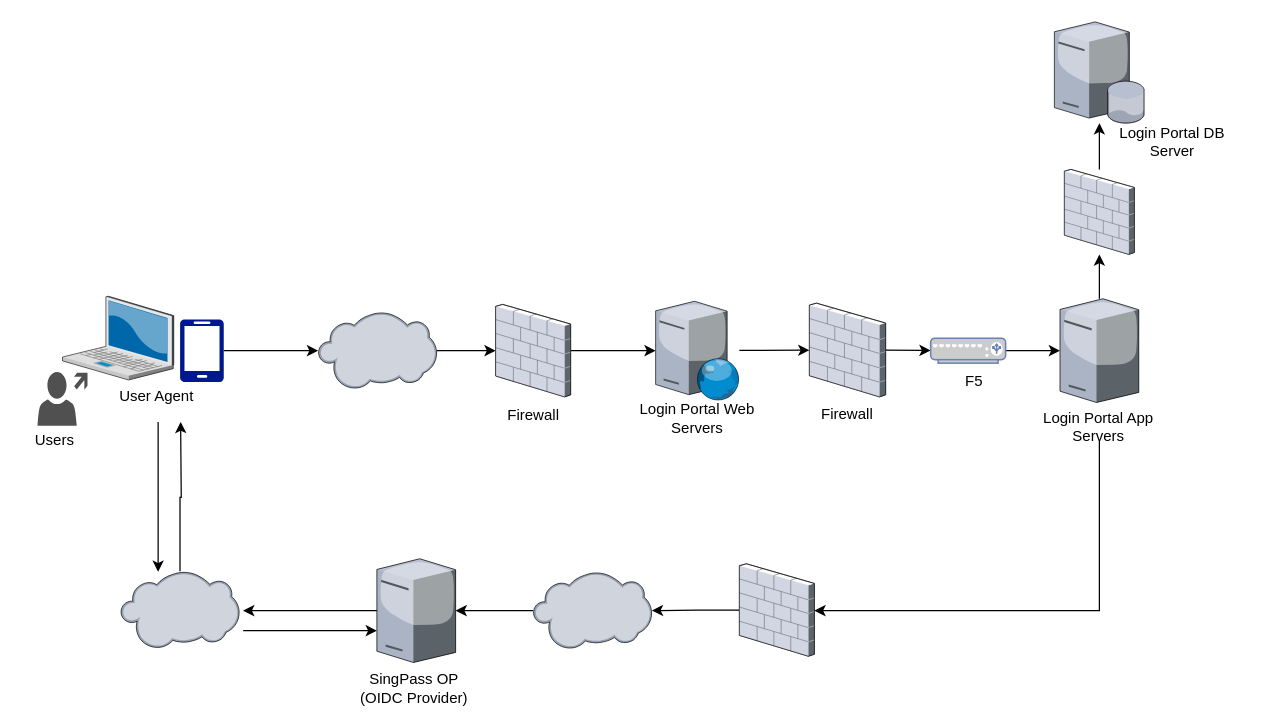
Earlier version of the draw.io diagram page "Page-2" (2 of 3) of SP Diagram.drawio (myomyo/branch). Source tidied: cells renumbered, new cells numbered last; positions are measured from the earlier drawing's top-left corner, leaving out a move shared by most shapes. Both pictures are drawn from the tidied source at 125%, with x=0, y=0 at pixel (20, 21).
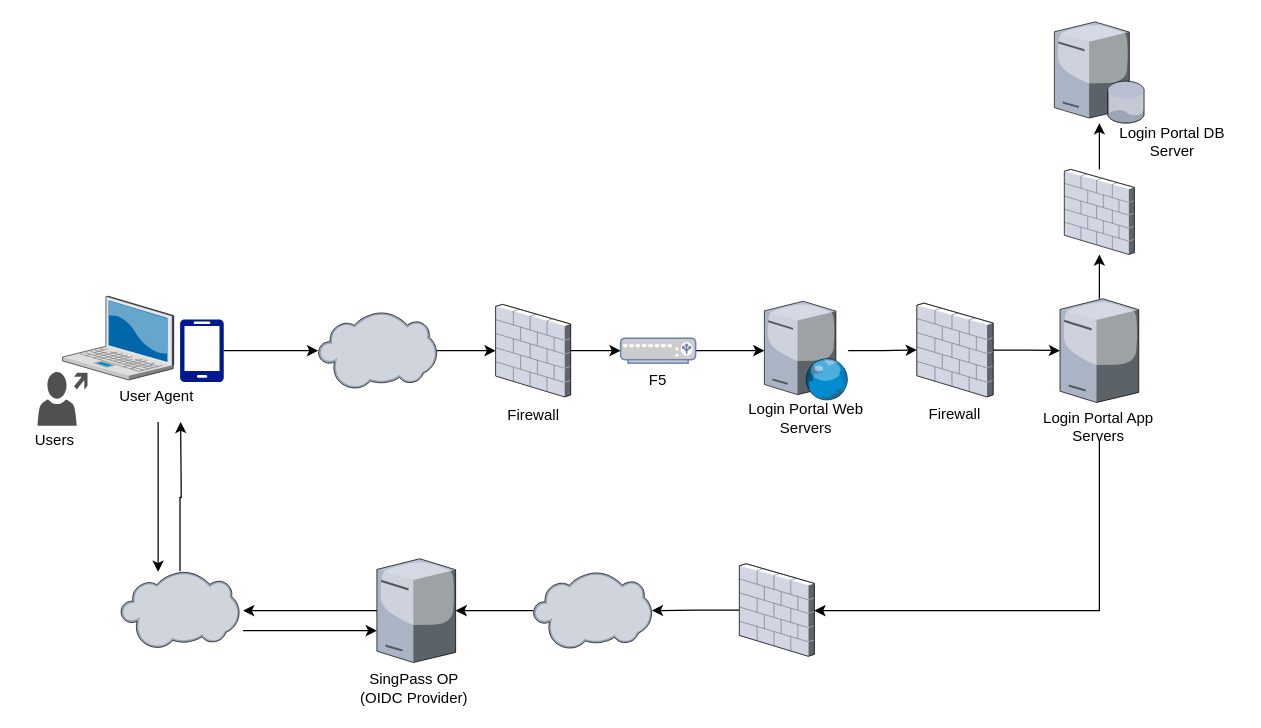
After the change.

Unchanged cells that the change refers to:
```xml
<mxCell id="8" style="verticalLabelPosition=bottom;html=1;verticalAlign=top;strokeColor=none;align=center;outlineConnect=0;shape=mxgraph.citrix.license_server;" parent="1" vertex="1">
  <mxGeometry x="831.5" y="221.5" width="63" height="83" as="geometry" />
</mxCell>
<mxCell id="22" style="verticalLabelPosition=bottom;html=1;verticalAlign=top;strokeColor=none;align=center;outlineConnect=0;shape=mxgraph.citrix.firewall;" parent="1" vertex="1">
  <mxGeometry x="380" y="226" width="60" height="74" as="geometry" />
</mxCell>
```

Change to the diagram source:
```diff
@@
-    <mxCell id="2" style="edgeStyle=none;rounded=0;jettySize=auto;html=1;" parent="1" edge="1" source="3" target="5">
+    <mxCell id="2" style="edgeStyle=orthogonalEdgeStyle;rounded=0;jettySize=auto;html=1;strokeColor=#000000;" parent="1" edge="1" source="3" target="5">
       <mxGeometry relative="1" as="geometry" />
     </mxCell>
     <mxCell id="3" style="verticalLabelPosition=bottom;html=1;verticalAlign=top;strokeColor=none;align=center;outlineConnect=0;shape=mxgraph.citrix.web_server;" parent="1" vertex="1">
-      <mxGeometry x="508" y="223.5" width="67" height="79" as="geometry" />
+      <mxGeometry x="595" y="223.5" width="67" height="79" as="geometry" />
     </mxCell>
-    <mxCell id="4" style="edgeStyle=none;rounded=0;jettySize=auto;html=1;" parent="1" edge="1" source="5" target="13">
-      <mxGeometry relative="1" as="geometry" />
-    </mxCell>
+    <mxCell id="41" style="edgeStyle=orthogonalEdgeStyle;rounded=0;jettySize=auto;html=1;strokeColor=#000000;" parent="1" edge="1" source="5" target="8">
+      <mxGeometry relative="1" as="geometry" />
+    </mxCell>
     <mxCell id="5" style="verticalLabelPosition=bottom;html=1;verticalAlign=top;strokeColor=none;align=center;outlineConnect=0;shape=mxgraph.citrix.firewall;" parent="1" vertex="1">
-      <mxGeometry x="631" y="225" width="61" height="75" as="geometry" />
+      <mxGeometry x="717" y="225" width="61" height="75" as="geometry" />
     </mxCell>
@@
-    <mxCell id="12" style="edgeStyle=none;rounded=0;jettySize=auto;html=1;" parent="1" edge="1" source="13" target="8">
-      <mxGeometry relative="1" as="geometry" />
-    </mxCell>
+    <mxCell id="42" style="edgeStyle=orthogonalEdgeStyle;rounded=0;jettySize=auto;html=1;strokeColor=#000000;" parent="1" edge="1" source="13" target="3">
+      <mxGeometry relative="1" as="geometry" />
+    </mxCell>
     <mxCell id="13" style="fontColor=#0066CC;verticalAlign=top;verticalLabelPosition=bottom;labelPosition=center;align=center;html=1;outlineConnect=0;fillColor=#CCCCCC;strokeColor=#6881B3;gradientColor=none;gradientDirection=north;strokeWidth=2;shape=mxgraph.networks.load_balancer;direction=east;" parent="1" vertex="1">
-      <mxGeometry x="728" y="253" width="60" height="20" as="geometry" />
+      <mxGeometry x="480" y="253" width="60" height="20" as="geometry" />
     </mxCell>
@@
     <mxCell id="19" value="Login Portal Web Servers" style="text;html=1;strokeColor=none;fillColor=none;align=center;verticalAlign=middle;whiteSpace=wrap;rounded=0;" parent="1" vertex="1">
-      <mxGeometry x="488" y="301.5" width="107" height="30" as="geometry" />
+      <mxGeometry x="575" y="301.5" width="107" height="30" as="geometry" />
     </mxCell>
@@
-    <mxCell id="21" style="edgeStyle=none;rounded=0;jettySize=auto;html=1;" parent="1" edge="1" source="22" target="3">
-      <mxGeometry relative="1" as="geometry" />
-    </mxCell>
+    <mxCell id="43" style="edgeStyle=orthogonalEdgeStyle;rounded=0;jettySize=auto;html=1;strokeColor=#000000;" parent="1" edge="1" source="22" target="13">
+      <mxGeometry relative="1" as="geometry" />
+    </mxCell>
@@
     <mxCell id="23" value="Firewall" style="text;html=1;strokeColor=none;fillColor=none;align=center;verticalAlign=middle;whiteSpace=wrap;rounded=0;" parent="1" vertex="1">
-      <mxGeometry x="621" y="301.5" width="81" height="25" as="geometry" />
+      <mxGeometry x="707" y="301.5" width="81" height="25" as="geometry" />
     </mxCell>
@@
-    <mxCell id="26" value="F5" style="text;html=1;strokeColor=none;fillColor=none;align=center;verticalAlign=middle;whiteSpace=wrap;rounded=0;" parent="1" vertex="1">
-      <mxGeometry x="728" y="278" width="70" height="19" as="geometry" />
-    </mxCell>
@@
+    <mxCell id="26" value="F5" style="text;html=1;strokeColor=none;fillColor=none;align=center;verticalAlign=middle;whiteSpace=wrap;rounded=0;" parent="1" vertex="1">
+      <mxGeometry x="475" y="277" width="70" height="19" as="geometry" />
+    </mxCell>
```
